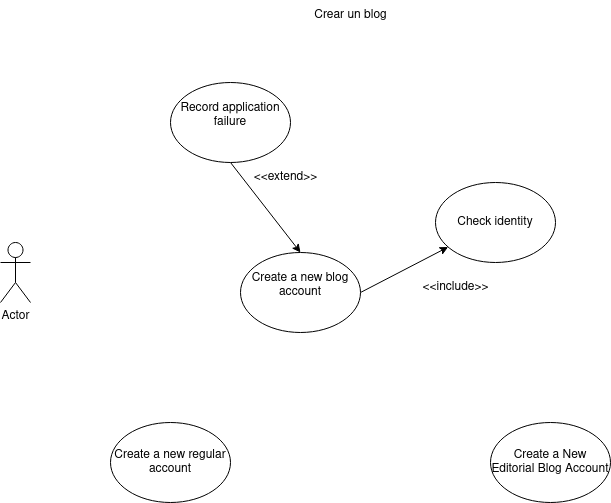
This is DSejemplo.drawio.png from GermanOjeda/Tarea-ETS, a draw.io export, as it was before one commit. Source tidied: cells renumbered, new cells last; positions are measured from the earlier drawing's top-left corner, leaving out a move shared by most shapes.
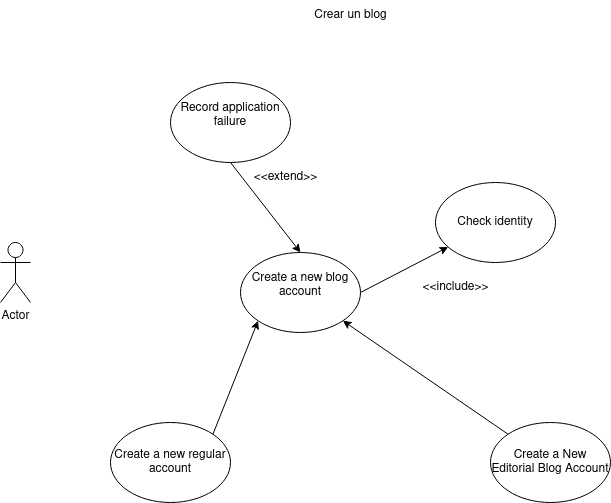
Above is the later version.

What changed in the source:
```diff
@@ -29,9 +29,15 @@
     <mxCell id="10" value="&lt;div&gt;Crear un blog&lt;/div&gt;" style="text;html=1;align=center;verticalAlign=middle;strokeColor=none;fillColor=none;" parent="1" vertex="1">
       <mxGeometry x="300" width="100" height="30" as="geometry" />
     </mxCell>
+    <mxCell id="13" style="rounded=0;jettySize=auto;html=1;exitX=1;exitY=0;exitDx=0;exitDy=0;entryX=0;entryY=1;entryDx=0;entryDy=0;" parent="1" edge="1" source="11" target="6">
+      <mxGeometry relative="1" as="geometry" />
+    </mxCell>
     <mxCell id="11" value="Create a new regular account" style="ellipse;whiteSpace=wrap;html=1;" parent="1" vertex="1">
       <mxGeometry x="110" y="422" width="120" height="80" as="geometry" />
     </mxCell>
+    <mxCell id="14" style="rounded=0;jettySize=auto;html=1;exitX=0;exitY=0;exitDx=0;exitDy=0;entryX=1;entryY=1;entryDx=0;entryDy=0;" parent="1" edge="1" source="12" target="6">
+      <mxGeometry relative="1" as="geometry" />
+    </mxCell>
     <mxCell id="12" value="Create a New Editorial Blog Account" style="ellipse;whiteSpace=wrap;html=1;" parent="1" vertex="1">
       <mxGeometry x="490" y="422" width="120" height="80" as="geometry" />
     </mxCell>
```
